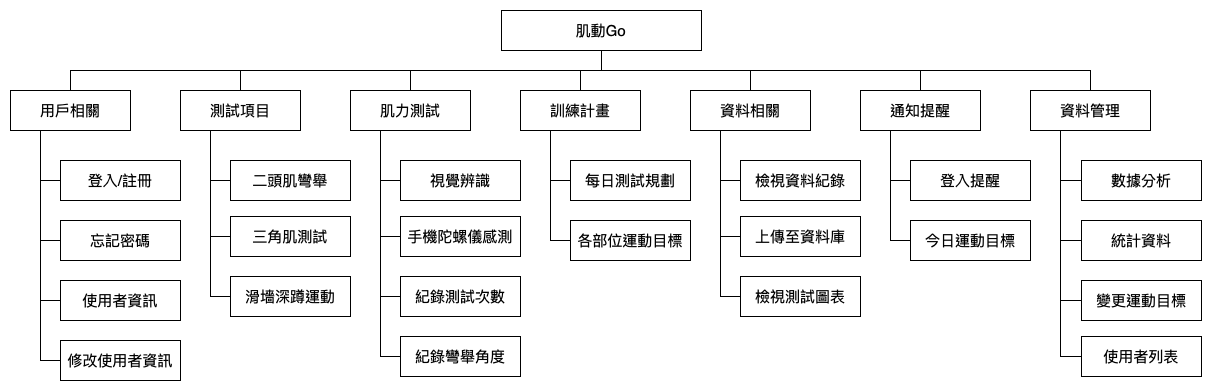
Above: 圖/5-1 Functional Decomposition Diagram.png in 111406/relevant-documents (draw.io), before the change. Source tidied: cells renumbered, new cells last; positions are measured from the earlier drawing's top-left corner, leaving out a move shared by most shapes. Its diagram source:
```xml
<mxGraphModel>
  <root>
    <mxCell id="0" />
    <mxCell id="1" parent="0" />
    <mxCell id="2" style="edgeStyle=orthogonalEdgeStyle;rounded=0;jettySize=auto;html=1;exitX=0.5;exitY=1;exitDx=0;exitDy=0;entryX=0.5;entryY=0;entryDx=0;entryDy=0;fontSize=15;endArrow=none;endFill=0;" parent="1" edge="1" source="9" target="26">
      <mxGeometry relative="1" as="geometry" />
    </mxCell>
    <mxCell id="3" style="edgeStyle=orthogonalEdgeStyle;rounded=0;jettySize=auto;html=1;exitX=0.5;exitY=1;exitDx=0;exitDy=0;fontSize=15;endArrow=none;endFill=0;" parent="1" edge="1" source="9" target="40">
      <mxGeometry relative="1" as="geometry" />
    </mxCell>
    <mxCell id="4" style="edgeStyle=orthogonalEdgeStyle;rounded=0;jettySize=auto;html=1;exitX=0.5;exitY=1;exitDx=0;exitDy=0;entryX=0.5;entryY=0;entryDx=0;entryDy=0;fontSize=15;endArrow=none;endFill=0;" parent="1" edge="1" source="9" target="29">
      <mxGeometry relative="1" as="geometry" />
    </mxCell>
    <mxCell id="5" style="edgeStyle=orthogonalEdgeStyle;rounded=0;jettySize=auto;html=1;exitX=0.5;exitY=1;exitDx=0;exitDy=0;entryX=0.5;entryY=0;entryDx=0;entryDy=0;fontSize=15;endArrow=none;endFill=0;" parent="1" edge="1" source="9" target="23">
      <mxGeometry relative="1" as="geometry" />
    </mxCell>
    <mxCell id="6" style="edgeStyle=orthogonalEdgeStyle;rounded=0;jettySize=auto;html=1;exitX=0.5;exitY=1;exitDx=0;exitDy=0;entryX=0.5;entryY=0;entryDx=0;entryDy=0;fontSize=15;endArrow=none;endFill=0;" parent="1" edge="1" source="9" target="54">
      <mxGeometry relative="1" as="geometry" />
    </mxCell>
    <mxCell id="7" style="edgeStyle=orthogonalEdgeStyle;rounded=0;jettySize=auto;html=1;exitX=0.5;exitY=1;exitDx=0;exitDy=0;entryX=0.5;entryY=0;entryDx=0;entryDy=0;fontSize=15;endArrow=none;endFill=0;" parent="1" edge="1" source="9" target="18">
      <mxGeometry relative="1" as="geometry" />
    </mxCell>
    <mxCell id="8" style="edgeStyle=orthogonalEdgeStyle;rounded=0;jettySize=auto;html=1;exitX=0.5;exitY=1;exitDx=0;exitDy=0;entryX=0.5;entryY=0;entryDx=0;entryDy=0;fontSize=15;endArrow=none;endFill=0;" parent="1" edge="1" source="9" target="14">
      <mxGeometry relative="1" as="geometry" />
    </mxCell>
    <mxCell id="9" value="肌動Go" style="rounded=0;whiteSpace=wrap;html=1;fontSize=15;" parent="1" vertex="1">
      <mxGeometry x="491" width="200" height="40" as="geometry" />
    </mxCell>
    <mxCell id="10" style="edgeStyle=orthogonalEdgeStyle;rounded=0;jettySize=auto;html=1;exitX=0.25;exitY=1;exitDx=0;exitDy=0;entryX=0;entryY=0.5;entryDx=0;entryDy=0;fontSize=15;endArrow=none;endFill=0;" parent="1" edge="1" source="14" target="30">
      <mxGeometry relative="1" as="geometry" />
    </mxCell>
    <mxCell id="11" style="edgeStyle=orthogonalEdgeStyle;rounded=0;jettySize=auto;html=1;exitX=0.25;exitY=1;exitDx=0;exitDy=0;entryX=0;entryY=0.5;entryDx=0;entryDy=0;fontSize=15;endArrow=none;endFill=0;" parent="1" edge="1" source="14" target="31">
      <mxGeometry relative="1" as="geometry" />
    </mxCell>
    <mxCell id="12" style="edgeStyle=orthogonalEdgeStyle;rounded=0;jettySize=auto;html=1;exitX=0.25;exitY=1;exitDx=0;exitDy=0;entryX=0;entryY=0.5;entryDx=0;entryDy=0;fontSize=15;endArrow=none;endFill=0;" parent="1" edge="1" source="14" target="32">
      <mxGeometry relative="1" as="geometry" />
    </mxCell>
    <mxCell id="13" style="edgeStyle=orthogonalEdgeStyle;rounded=0;jettySize=auto;html=1;exitX=0.25;exitY=1;exitDx=0;exitDy=0;entryX=0;entryY=0.5;entryDx=0;entryDy=0;fontSize=15;endArrow=none;endFill=0;" parent="1" edge="1" source="14" target="33">
      <mxGeometry relative="1" as="geometry" />
    </mxCell>
    <mxCell id="14" value="用戶相關" style="rounded=0;whiteSpace=wrap;html=1;fontSize=15;" parent="1" vertex="1">
      <mxGeometry y="80" width="120" height="40" as="geometry" />
    </mxCell>
    <mxCell id="15" style="edgeStyle=orthogonalEdgeStyle;rounded=0;jettySize=auto;html=1;exitX=0.25;exitY=1;exitDx=0;exitDy=0;entryX=0;entryY=0.5;entryDx=0;entryDy=0;fontSize=15;endArrow=none;endFill=0;" parent="1" edge="1" source="18" target="34">
      <mxGeometry relative="1" as="geometry" />
    </mxCell>
    <mxCell id="16" style="edgeStyle=orthogonalEdgeStyle;rounded=0;jettySize=auto;html=1;exitX=0.25;exitY=1;exitDx=0;exitDy=0;entryX=0;entryY=0.5;entryDx=0;entryDy=0;fontSize=15;endArrow=none;endFill=0;" parent="1" edge="1" source="18" target="35">
      <mxGeometry relative="1" as="geometry" />
    </mxCell>
    <mxCell id="17" style="edgeStyle=orthogonalEdgeStyle;rounded=0;jettySize=auto;html=1;exitX=0.25;exitY=1;exitDx=0;exitDy=0;entryX=0;entryY=0.5;entryDx=0;entryDy=0;fontSize=15;endArrow=none;endFill=0;" parent="1" edge="1" source="18" target="36">
      <mxGeometry relative="1" as="geometry" />
    </mxCell>
    <mxCell id="18" value="測試項目" style="rounded=0;whiteSpace=wrap;html=1;fontSize=15;" parent="1" vertex="1">
      <mxGeometry x="170" y="80" width="120" height="40" as="geometry" />
    </mxCell>
    <mxCell id="19" style="edgeStyle=orthogonalEdgeStyle;rounded=0;jettySize=auto;html=1;exitX=0.25;exitY=1;exitDx=0;exitDy=0;entryX=0;entryY=0.5;entryDx=0;entryDy=0;fontSize=15;endArrow=none;endFill=0;" parent="1" edge="1" source="23" target="45">
      <mxGeometry relative="1" as="geometry" />
    </mxCell>
    <mxCell id="20" style="edgeStyle=orthogonalEdgeStyle;rounded=0;jettySize=auto;html=1;exitX=0.25;exitY=1;exitDx=0;exitDy=0;entryX=0;entryY=0.5;entryDx=0;entryDy=0;fontSize=15;endArrow=none;endFill=0;" parent="1" edge="1" source="23" target="46">
      <mxGeometry relative="1" as="geometry" />
    </mxCell>
    <mxCell id="21" style="edgeStyle=orthogonalEdgeStyle;rounded=0;jettySize=auto;html=1;exitX=0.25;exitY=1;exitDx=0;exitDy=0;entryX=0;entryY=0.5;entryDx=0;entryDy=0;fontSize=15;endArrow=none;endFill=0;" parent="1" edge="1" source="23" target="47">
      <mxGeometry relative="1" as="geometry" />
    </mxCell>
    <mxCell id="22" style="edgeStyle=orthogonalEdgeStyle;rounded=0;jettySize=auto;html=1;exitX=0.25;exitY=1;exitDx=0;exitDy=0;entryX=0;entryY=0.5;entryDx=0;entryDy=0;fontSize=15;endArrow=none;endFill=0;" parent="1" edge="1" source="23" target="56">
      <mxGeometry relative="1" as="geometry" />
    </mxCell>
    <mxCell id="23" value="資料管理" style="rounded=0;whiteSpace=wrap;html=1;fontSize=15;" parent="1" vertex="1">
      <mxGeometry x="1020" y="80" width="120" height="40" as="geometry" />
    </mxCell>
    <mxCell id="24" style="edgeStyle=orthogonalEdgeStyle;rounded=0;jettySize=auto;html=1;exitX=0.25;exitY=1;exitDx=0;exitDy=0;entryX=0;entryY=0.5;entryDx=0;entryDy=0;fontSize=15;endArrow=none;endFill=0;" parent="1" edge="1" source="26" target="48">
      <mxGeometry relative="1" as="geometry" />
    </mxCell>
    <mxCell id="25" style="edgeStyle=orthogonalEdgeStyle;rounded=0;jettySize=auto;html=1;exitX=0.25;exitY=1;exitDx=0;exitDy=0;entryX=0;entryY=0.5;entryDx=0;entryDy=0;fontSize=15;endArrow=none;endFill=0;" parent="1" edge="1" source="26" target="49">
      <mxGeometry relative="1" as="geometry" />
    </mxCell>
    <mxCell id="26" value="訓練計畫" style="rounded=0;whiteSpace=wrap;html=1;fontSize=15;" parent="1" vertex="1">
      <mxGeometry x="510" y="80" width="120" height="40" as="geometry" />
    </mxCell>
    <mxCell id="27" style="edgeStyle=orthogonalEdgeStyle;rounded=0;jettySize=auto;html=1;exitX=0.25;exitY=1;exitDx=0;exitDy=0;entryX=0;entryY=0.5;entryDx=0;entryDy=0;fontSize=15;endArrow=none;endFill=0;" parent="1" edge="1" source="29" target="43">
      <mxGeometry relative="1" as="geometry" />
    </mxCell>
    <mxCell id="28" style="edgeStyle=orthogonalEdgeStyle;rounded=0;jettySize=auto;html=1;exitX=0.25;exitY=1;exitDx=0;exitDy=0;entryX=0;entryY=0.5;entryDx=0;entryDy=0;fontSize=15;endArrow=none;endFill=0;" parent="1" edge="1" source="29" target="42">
      <mxGeometry relative="1" as="geometry" />
    </mxCell>
    <mxCell id="29" value="通知提醒" style="rounded=0;whiteSpace=wrap;html=1;fontSize=15;" parent="1" vertex="1">
      <mxGeometry x="850" y="80" width="120" height="40" as="geometry" />
    </mxCell>
    <mxCell id="30" value="登入/註冊" style="rounded=0;whiteSpace=wrap;html=1;fontSize=15;" parent="1" vertex="1">
      <mxGeometry x="50" y="150" width="120" height="40" as="geometry" />
    </mxCell>
    <mxCell id="31" value="忘記密碼" style="rounded=0;whiteSpace=wrap;html=1;fontSize=15;" parent="1" vertex="1">
      <mxGeometry x="50" y="210" width="120" height="40" as="geometry" />
    </mxCell>
    <mxCell id="32" value="使用者資訊" style="rounded=0;whiteSpace=wrap;html=1;fontSize=15;" parent="1" vertex="1">
      <mxGeometry x="50" y="270" width="120" height="40" as="geometry" />
    </mxCell>
    <mxCell id="33" value="修改使用者資訊" style="rounded=0;whiteSpace=wrap;html=1;fontSize=15;" parent="1" vertex="1">
      <mxGeometry x="50" y="330" width="120" height="40" as="geometry" />
    </mxCell>
    <mxCell id="34" value="二頭肌彎舉" style="rounded=0;whiteSpace=wrap;html=1;fontSize=15;" parent="1" vertex="1">
      <mxGeometry x="220" y="150" width="120" height="40" as="geometry" />
    </mxCell>
    <mxCell id="35" value="三角肌測試" style="rounded=0;whiteSpace=wrap;html=1;fontSize=15;" parent="1" vertex="1">
      <mxGeometry x="220" y="206" width="120" height="40" as="geometry" />
    </mxCell>
    <mxCell id="36" value="滑墻深蹲運動" style="rounded=0;whiteSpace=wrap;html=1;fontSize=15;" parent="1" vertex="1">
      <mxGeometry x="220" y="266" width="120" height="40" as="geometry" />
    </mxCell>
    <mxCell id="37" style="edgeStyle=orthogonalEdgeStyle;rounded=0;jettySize=auto;html=1;exitX=0.25;exitY=1;exitDx=0;exitDy=0;entryX=0;entryY=0.5;entryDx=0;entryDy=0;fontSize=15;endArrow=none;endFill=0;" parent="1" edge="1" source="40" target="41">
      <mxGeometry relative="1" as="geometry" />
    </mxCell>
    <mxCell id="38" style="edgeStyle=orthogonalEdgeStyle;rounded=0;jettySize=auto;html=1;exitX=0.25;exitY=1;exitDx=0;exitDy=0;entryX=0;entryY=0.5;entryDx=0;entryDy=0;fontSize=15;endArrow=none;endFill=0;" parent="1" edge="1" source="40" target="44">
      <mxGeometry relative="1" as="geometry" />
    </mxCell>
    <mxCell id="39" style="edgeStyle=orthogonalEdgeStyle;rounded=0;jettySize=auto;html=1;exitX=0.25;exitY=1;exitDx=0;exitDy=0;entryX=0;entryY=0.5;entryDx=0;entryDy=0;fontSize=15;endArrow=none;endFill=0;" parent="1" edge="1" source="40" target="55">
      <mxGeometry relative="1" as="geometry" />
    </mxCell>
    <mxCell id="40" value="資料相關" style="rounded=0;whiteSpace=wrap;html=1;fontSize=15;" parent="1" vertex="1">
      <mxGeometry x="680" y="80" width="120" height="40" as="geometry" />
    </mxCell>
    <mxCell id="41" value="檢視資料紀錄" style="rounded=0;whiteSpace=wrap;html=1;fontSize=15;" parent="1" vertex="1">
      <mxGeometry x="730" y="150" width="120" height="40" as="geometry" />
    </mxCell>
    <mxCell id="42" value="今日運動目標" style="rounded=0;whiteSpace=wrap;html=1;fontSize=15;" parent="1" vertex="1">
      <mxGeometry x="900" y="210" width="120" height="40" as="geometry" />
    </mxCell>
    <mxCell id="43" value="登入提醒" style="rounded=0;whiteSpace=wrap;html=1;fontSize=15;" parent="1" vertex="1">
      <mxGeometry x="900" y="150" width="120" height="40" as="geometry" />
    </mxCell>
    <mxCell id="44" value="上傳至資料庫" style="rounded=0;whiteSpace=wrap;html=1;fontSize=15;" parent="1" vertex="1">
      <mxGeometry x="730" y="206" width="120" height="40" as="geometry" />
    </mxCell>
    <mxCell id="45" value="數據分析" style="rounded=0;whiteSpace=wrap;html=1;fontSize=15;" parent="1" vertex="1">
      <mxGeometry x="1071" y="150" width="120" height="40" as="geometry" />
    </mxCell>
    <mxCell id="46" value="統計資料" style="rounded=0;whiteSpace=wrap;html=1;fontSize=15;" parent="1" vertex="1">
      <mxGeometry x="1071" y="210" width="120" height="40" as="geometry" />
    </mxCell>
    <mxCell id="47" value="變更運動目標" style="rounded=0;whiteSpace=wrap;html=1;fontSize=15;" parent="1" vertex="1">
      <mxGeometry x="1071" y="270" width="120" height="40" as="geometry" />
    </mxCell>
    <mxCell id="48" value="每日測試規劃" style="rounded=0;whiteSpace=wrap;html=1;fontSize=15;" parent="1" vertex="1">
      <mxGeometry x="560" y="150" width="120" height="40" as="geometry" />
    </mxCell>
    <mxCell id="49" value="各部位運動目標" style="rounded=0;whiteSpace=wrap;html=1;fontSize=15;" parent="1" vertex="1">
      <mxGeometry x="560" y="210" width="120" height="40" as="geometry" />
    </mxCell>
    <mxCell id="50" style="edgeStyle=orthogonalEdgeStyle;rounded=0;jettySize=auto;html=1;exitX=0.25;exitY=1;exitDx=0;exitDy=0;entryX=0;entryY=0.5;entryDx=0;entryDy=0;fontSize=15;endArrow=none;endFill=0;" parent="1" edge="1" source="54" target="57">
      <mxGeometry relative="1" as="geometry" />
    </mxCell>
    <mxCell id="51" style="edgeStyle=orthogonalEdgeStyle;rounded=0;jettySize=auto;html=1;exitX=0.25;exitY=1;exitDx=0;exitDy=0;entryX=0;entryY=0.5;entryDx=0;entryDy=0;fontSize=15;endArrow=none;endFill=0;" parent="1" edge="1" source="54" target="58">
      <mxGeometry relative="1" as="geometry" />
    </mxCell>
    <mxCell id="52" style="edgeStyle=orthogonalEdgeStyle;rounded=0;jettySize=auto;html=1;exitX=0.25;exitY=1;exitDx=0;exitDy=0;entryX=0;entryY=0.5;entryDx=0;entryDy=0;fontSize=15;endArrow=none;endFill=0;" parent="1" edge="1" source="54" target="59">
      <mxGeometry relative="1" as="geometry" />
    </mxCell>
    <mxCell id="53" style="edgeStyle=orthogonalEdgeStyle;rounded=0;jettySize=auto;html=1;exitX=0.25;exitY=1;exitDx=0;exitDy=0;entryX=0;entryY=0.5;entryDx=0;entryDy=0;fontSize=15;endArrow=none;endFill=0;" parent="1" edge="1" source="54" target="60">
      <mxGeometry relative="1" as="geometry" />
    </mxCell>
    <mxCell id="54" value="&lt;span style=&quot;&quot;&gt;肌力測試&lt;/span&gt;" style="rounded=0;whiteSpace=wrap;html=1;fontSize=15;" parent="1" vertex="1">
      <mxGeometry x="340" y="80" width="120" height="40" as="geometry" />
    </mxCell>
    <mxCell id="55" value="檢視測試圖表" style="rounded=0;whiteSpace=wrap;html=1;fontSize=15;" parent="1" vertex="1">
      <mxGeometry x="730" y="266" width="120" height="40" as="geometry" />
    </mxCell>
    <mxCell id="56" value="使用者列表" style="rounded=0;whiteSpace=wrap;html=1;fontSize=15;" parent="1" vertex="1">
      <mxGeometry x="1071" y="326" width="120" height="40" as="geometry" />
    </mxCell>
    <mxCell id="57" value="視覺辨識" style="rounded=0;whiteSpace=wrap;html=1;fontSize=15;" parent="1" vertex="1">
      <mxGeometry x="390" y="150" width="120" height="40" as="geometry" />
    </mxCell>
    <mxCell id="58" value="手機陀螺儀感測" style="rounded=0;whiteSpace=wrap;html=1;fontSize=15;" parent="1" vertex="1">
      <mxGeometry x="390" y="206" width="120" height="40" as="geometry" />
    </mxCell>
    <mxCell id="59" value="紀錄測試次數" style="rounded=0;whiteSpace=wrap;html=1;fontSize=15;" parent="1" vertex="1">
      <mxGeometry x="390" y="266" width="120" height="40" as="geometry" />
    </mxCell>
    <mxCell id="60" value="紀錄彎舉角度" style="rounded=0;whiteSpace=wrap;html=1;fontSize=15;" parent="1" vertex="1">
      <mxGeometry x="390" y="326" width="120" height="40" as="geometry" />
    </mxCell>
  </root>
</mxGraphModel>
```
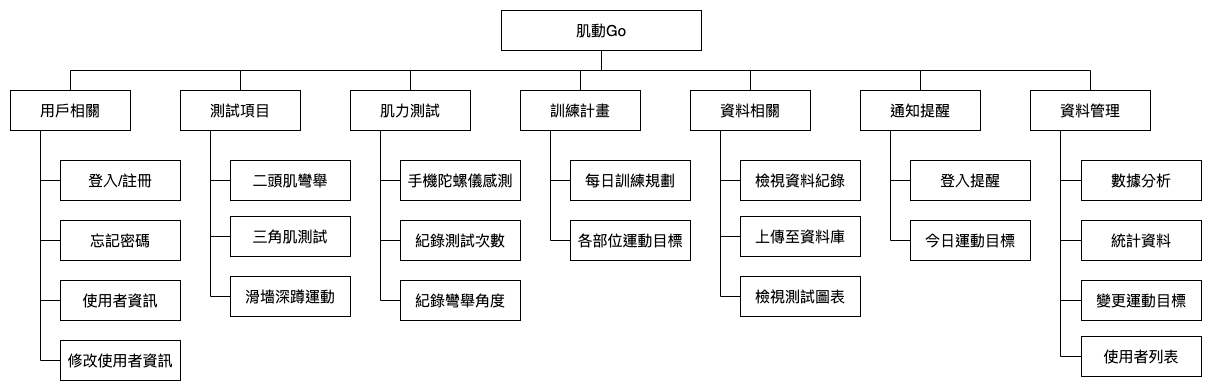
Later version of the same file.

Change to the diagram source:
```diff
@@ -140,15 +140,12 @@
     <mxCell id="47" value="變更運動目標" style="rounded=0;whiteSpace=wrap;html=1;fontSize=15;" parent="1" vertex="1">
       <mxGeometry x="1071" y="270" width="120" height="40" as="geometry" />
     </mxCell>
-    <mxCell id="48" value="每日測試規劃" style="rounded=0;whiteSpace=wrap;html=1;fontSize=15;" parent="1" vertex="1">
+    <mxCell id="48" value="每日訓練規劃" style="rounded=0;whiteSpace=wrap;html=1;fontSize=15;" parent="1" vertex="1">
       <mxGeometry x="560" y="150" width="120" height="40" as="geometry" />
     </mxCell>
     <mxCell id="49" value="各部位運動目標" style="rounded=0;whiteSpace=wrap;html=1;fontSize=15;" parent="1" vertex="1">
       <mxGeometry x="560" y="210" width="120" height="40" as="geometry" />
     </mxCell>
-    <mxCell id="50" style="edgeStyle=orthogonalEdgeStyle;rounded=0;jettySize=auto;html=1;exitX=0.25;exitY=1;exitDx=0;exitDy=0;entryX=0;entryY=0.5;entryDx=0;entryDy=0;fontSize=15;endArrow=none;endFill=0;" parent="1" edge="1" source="54" target="57">
-      <mxGeometry relative="1" as="geometry" />
-    </mxCell>
     <mxCell id="51" style="edgeStyle=orthogonalEdgeStyle;rounded=0;jettySize=auto;html=1;exitX=0.25;exitY=1;exitDx=0;exitDy=0;entryX=0;entryY=0.5;entryDx=0;entryDy=0;fontSize=15;endArrow=none;endFill=0;" parent="1" edge="1" source="54" target="58">
       <mxGeometry relative="1" as="geometry" />
     </mxCell>
@@ -167,17 +164,14 @@
     <mxCell id="56" value="使用者列表" style="rounded=0;whiteSpace=wrap;html=1;fontSize=15;" parent="1" vertex="1">
       <mxGeometry x="1071" y="326" width="120" height="40" as="geometry" />
     </mxCell>
-    <mxCell id="57" value="視覺辨識" style="rounded=0;whiteSpace=wrap;html=1;fontSize=15;" parent="1" vertex="1">
-      <mxGeometry x="390" y="150" width="120" height="40" as="geometry" />
-    </mxCell>
     <mxCell id="58" value="手機陀螺儀感測" style="rounded=0;whiteSpace=wrap;html=1;fontSize=15;" parent="1" vertex="1">
-      <mxGeometry x="390" y="206" width="120" height="40" as="geometry" />
+      <mxGeometry x="390" y="150" width="120" height="40" as="geometry" />
     </mxCell>
     <mxCell id="59" value="紀錄測試次數" style="rounded=0;whiteSpace=wrap;html=1;fontSize=15;" parent="1" vertex="1">
-      <mxGeometry x="390" y="266" width="120" height="40" as="geometry" />
+      <mxGeometry x="390" y="210" width="120" height="40" as="geometry" />
     </mxCell>
     <mxCell id="60" value="紀錄彎舉角度" style="rounded=0;whiteSpace=wrap;html=1;fontSize=15;" parent="1" vertex="1">
-      <mxGeometry x="390" y="326" width="120" height="40" as="geometry" />
+      <mxGeometry x="390" y="270" width="120" height="40" as="geometry" />
     </mxCell>
   </root>
 </mxGraphModel>
```
